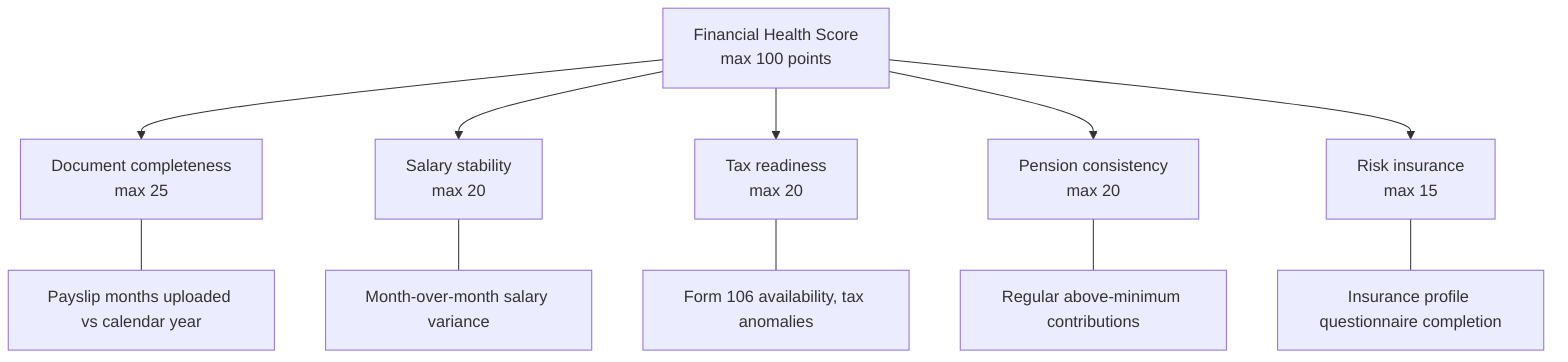
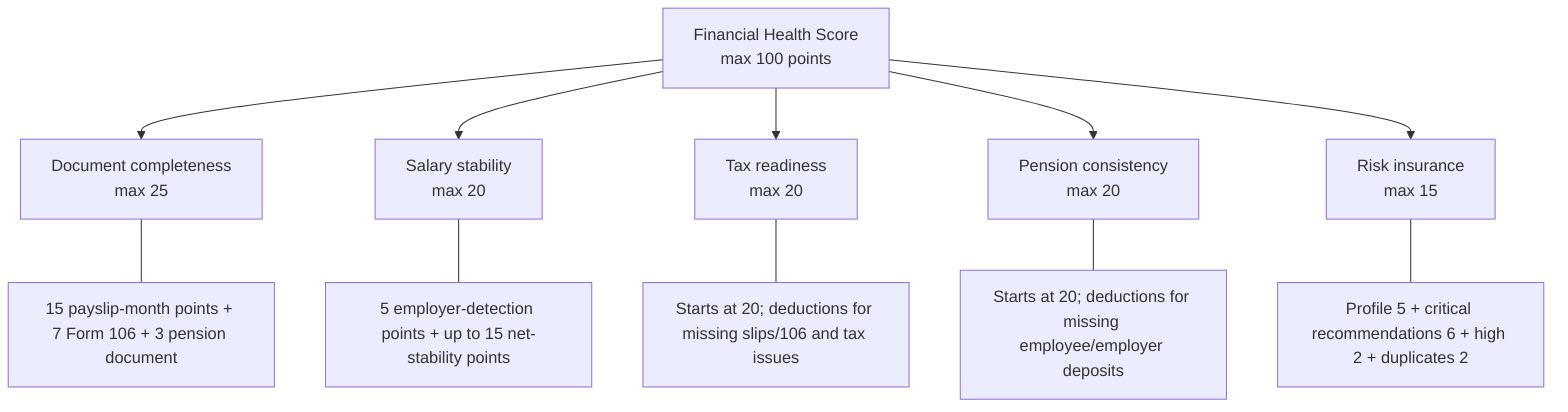
flowchart TB
  Total["Financial Health Score\nmax 100 points"]

  Total --> Doc["Document completeness\nmax 25"]
  Total --> Sal["Salary stability\nmax 20"]
  Total --> Tax["Tax readiness\nmax 20"]
  Total --> Pen["Pension consistency\nmax 20"]
  Total --> Risk["Risk insurance\nmax 15"]

-   Doc --- DocDesc["Payslip months uploaded vs calendar year"]
-   Sal --- SalDesc["Month-over-month salary variance"]
-   Tax --- TaxDesc["Form 106 availability, tax anomalies"]
-   Pen --- PenDesc["Regular above-minimum contributions"]
-   Risk --- RiskDesc["Insurance profile questionnaire completion"]
+   Doc --- DocDesc["15 payslip-month points + 7 Form 106 + 3 pension document"]
+   Sal --- SalDesc["5 employer-detection points + up to 15 net-stability points"]
+   Tax --- TaxDesc["Starts at 20; deductions for missing slips/106 and tax issues"]
+   Pen --- PenDesc["Starts at 20; deductions for missing employee/employer deposits"]
+   Risk --- RiskDesc["Profile 5 + critical recommendations 6 + high 2 + duplicates 2"]
